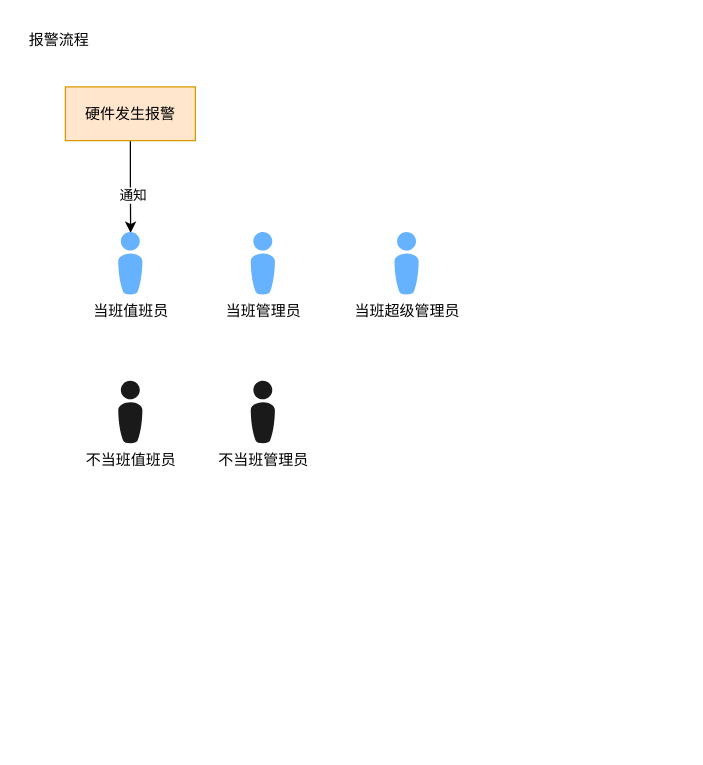
WantWeag/Wantweag.github.io keeps this draw.io diagram as Untitled Diagram.drawio. Above is the earlier version. Source tidied: cells renumbered, new cells numbered last; positions are measured from the earlier drawing's top-left corner, leaving out a move shared by most shapes. Both pictures are drawn from the tidied source at 125%, with x=0, y=0 at pixel (21, 21).
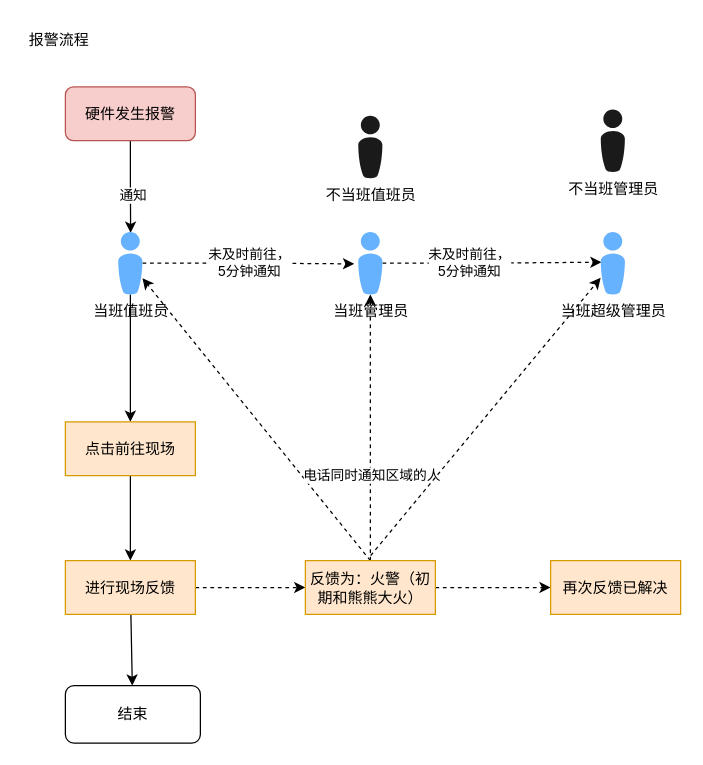
The same page after the edit.

Unchanged cells that the change refers to:
```xml
<mxCell id="6" value="当班值班员" style="verticalLabelPosition=bottom;sketch=0;html=1;fillColor=#66B2FF;strokeColor=none;verticalAlign=top;align=center;shape=mxgraph.cisco_safe.people_places_things_icons.icon8;" parent="1" vertex="1">
  <mxGeometry x="77" y="168" width="19.5" height="50" as="geometry" />
</mxCell>
```

Change to the diagram source:
```diff
@@
-    <mxCell id="5" value="硬件发生报警" style="rounded=0;whiteSpace=wrap;html=1;fillColor=#ffe6cc;strokeColor=#d79b00;" parent="1" vertex="1">
+    <mxCell id="5" value="硬件发生报警" style="rounded=1;whiteSpace=wrap;html=1;fillColor=#f8cecc;strokeColor=#b85450;" parent="1" vertex="1">
       <mxGeometry x="34.8" y="52" width="104" height="43" as="geometry" />
     </mxCell>
+    <mxCell id="11" value="未及时前往，&lt;br&gt;5分钟通知" style="edgeStyle=orthogonalEdgeStyle;rounded=0;jettySize=auto;html=1;entryX=-0.163;entryY=0.512;entryDx=0;entryDy=0;entryPerimeter=0;dashed=1;" parent="1" edge="1" source="6" target="7">
+      <mxGeometry relative="1" as="geometry" />
+    </mxCell>
+    <mxCell id="12" style="edgeStyle=orthogonalEdgeStyle;rounded=0;jettySize=auto;html=1;entryX=0.5;entryY=0;entryDx=0;entryDy=0;" parent="1" edge="1" source="6" target="16">
+      <mxGeometry relative="1" as="geometry" />
+    </mxCell>
@@
+    <mxCell id="13" style="edgeStyle=orthogonalEdgeStyle;rounded=0;jettySize=auto;html=1;entryX=0.037;entryY=0.485;entryDx=0;entryDy=0;entryPerimeter=0;dashed=1;" parent="1" edge="1" source="7" target="8">
+      <mxGeometry relative="1" as="geometry" />
+    </mxCell>
+    <mxCell id="14" value="未及时前往，&lt;br&gt;5分钟通知" style="edgeLabel;html=1;align=center;verticalAlign=middle;" parent="13" vertex="1">
+      <mxGeometry x="-0.21" y="1" relative="1" as="geometry" />
+    </mxCell>
     <mxCell id="7" value="当班管理员" style="verticalLabelPosition=bottom;sketch=0;html=1;fillColor=#66B2FF;strokeColor=none;verticalAlign=top;align=center;shape=mxgraph.cisco_safe.people_places_things_icons.icon8;" parent="1" vertex="1">
-      <mxGeometry x="183" y="168" width="19.5" height="50" as="geometry" />
+      <mxGeometry x="269" y="168" width="19.5" height="50" as="geometry" />
     </mxCell>
     <mxCell id="8" value="当班超级管理员" style="verticalLabelPosition=bottom;sketch=0;html=1;fillColor=#66B2FF;strokeColor=none;verticalAlign=top;align=center;shape=mxgraph.cisco_safe.people_places_things_icons.icon8;" parent="1" vertex="1">
-      <mxGeometry x="298" y="168" width="19.5" height="50" as="geometry" />
+      <mxGeometry x="463" y="168" width="19.5" height="50" as="geometry" />
     </mxCell>
     <mxCell id="9" value="不当班值班员" style="verticalLabelPosition=bottom;sketch=0;html=1;fillColor=#1A1A1A;strokeColor=none;verticalAlign=top;align=center;shape=mxgraph.cisco_safe.people_places_things_icons.icon8;" parent="1" vertex="1">
-      <mxGeometry x="77" y="287" width="19.5" height="50" as="geometry" />
+      <mxGeometry x="269" y="75" width="19.5" height="50" as="geometry" />
     </mxCell>
     <mxCell id="10" value="不当班管理员" style="verticalLabelPosition=bottom;sketch=0;html=1;fillColor=#1A1A1A;strokeColor=none;verticalAlign=top;align=center;shape=mxgraph.cisco_safe.people_places_things_icons.icon8;" parent="1" vertex="1">
-      <mxGeometry x="183" y="287" width="19.5" height="50" as="geometry" />
+      <mxGeometry x="463" y="70" width="19.5" height="50" as="geometry" />
     </mxCell>
+    <mxCell id="15" style="edgeStyle=orthogonalEdgeStyle;rounded=0;jettySize=auto;html=1;entryX=0.5;entryY=0;entryDx=0;entryDy=0;" parent="1" edge="1" source="16" target="19">
+      <mxGeometry relative="1" as="geometry" />
+    </mxCell>
+    <mxCell id="16" value="点击前往现场" style="rounded=0;whiteSpace=wrap;html=1;fillColor=#ffe6cc;strokeColor=#d79b00;" parent="1" vertex="1">
+      <mxGeometry x="34.8" y="320" width="104" height="43" as="geometry" />
+    </mxCell>
+    <mxCell id="17" style="edgeStyle=orthogonalEdgeStyle;rounded=0;jettySize=auto;html=1;dashed=1;" parent="1" edge="1" source="19" target="25">
+      <mxGeometry relative="1" as="geometry" />
+    </mxCell>
+    <mxCell id="18" style="edgeStyle=none;rounded=0;jettySize=auto;html=1;" parent="1" edge="1" source="19" target="27">
+      <mxGeometry relative="1" as="geometry" />
+    </mxCell>
+    <mxCell id="19" value="进行现场反馈" style="rounded=0;whiteSpace=wrap;html=1;fillColor=#ffe6cc;strokeColor=#d79b00;" parent="1" vertex="1">
+      <mxGeometry x="34.8" y="431" width="104" height="43" as="geometry" />
+    </mxCell>
+    <mxCell id="20" style="rounded=0;jettySize=auto;html=1;dashed=1;exitX=0.5;exitY=0;exitDx=0;exitDy=0;" parent="1" edge="1" source="25" target="6">
+      <mxGeometry relative="1" as="geometry" />
+    </mxCell>
+    <mxCell id="21" style="edgeStyle=none;rounded=0;jettySize=auto;html=1;dashed=1;" parent="1" edge="1" source="25" target="7">
+      <mxGeometry relative="1" as="geometry" />
+    </mxCell>
+    <mxCell id="22" value="电话同时通知区域的人" style="edgeLabel;html=1;align=center;verticalAlign=middle;" parent="21" vertex="1">
+      <mxGeometry x="-0.36" y="-1" relative="1" as="geometry" />
+    </mxCell>
+    <mxCell id="23" style="edgeStyle=none;rounded=0;jettySize=auto;html=1;dashed=1;" parent="1" edge="1" target="8">
+      <mxGeometry relative="1" as="geometry">
+        <mxPoint x="279" y="427" as="sourcePoint" />
+      </mxGeometry>
+    </mxCell>
+    <mxCell id="24" style="edgeStyle=none;rounded=0;jettySize=auto;html=1;dashed=1;" parent="1" edge="1" source="25" target="26">
+      <mxGeometry relative="1" as="geometry" />
+    </mxCell>
+    <mxCell id="25" value="反馈为：火警（初期和熊熊大火）" style="rounded=0;whiteSpace=wrap;html=1;fillColor=#ffe6cc;strokeColor=#d79b00;" parent="1" vertex="1">
+      <mxGeometry x="226.8" y="431" width="104" height="43" as="geometry" />
+    </mxCell>
+    <mxCell id="26" value="再次反馈已解决" style="rounded=0;whiteSpace=wrap;html=1;fillColor=#ffe6cc;strokeColor=#d79b00;" parent="1" vertex="1">
+      <mxGeometry x="423" y="431" width="104" height="43" as="geometry" />
+    </mxCell>
+    <mxCell id="27" value="结束" style="rounded=1;whiteSpace=wrap;html=1;shadow=0;align=center;" parent="1" vertex="1">
+      <mxGeometry x="34.8" y="531" width="108" height="46" as="geometry" />
+    </mxCell>
```
